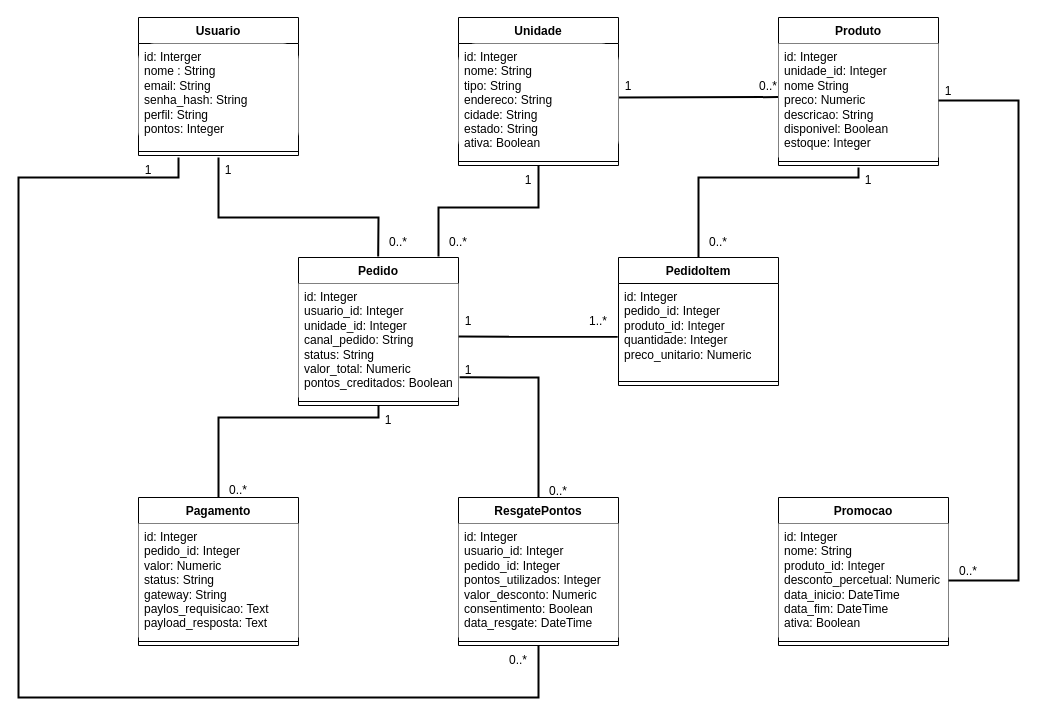
itsvecci/raizes-do-nordeste keeps this draw.io diagram as Diagramas/diagrama_de_classes.drawio. Above is the earlier version. Source tidied: cells renumbered, new cells numbered last; positions are measured from the earlier drawing's top-left corner, leaving out a move shared by most shapes. Both pictures are drawn from the tidied source at 100%, with x=0, y=0 at pixel (18, 17).
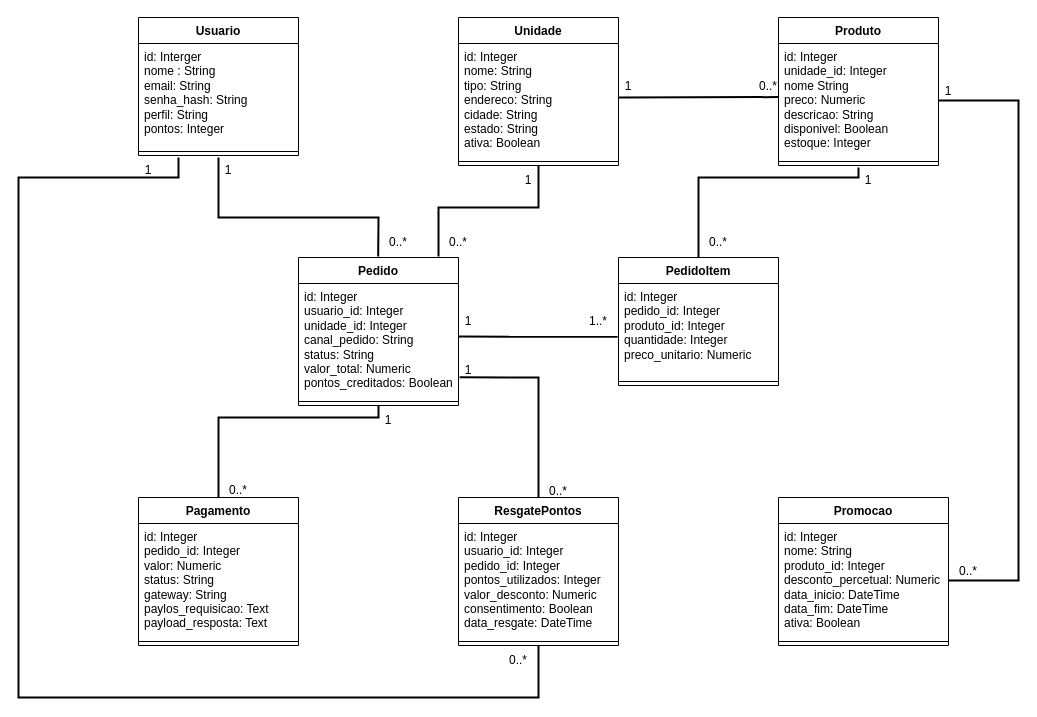
The same page after the edit.

Commit message (it also covers changes not shown here):
Corrige diagrama de classes e atualiza imagem

Unchanged cells that the change refers to:
```xml
<mxCell id="2" value="Usuario" style="swimlane;fontStyle=1;align=center;verticalAlign=top;horizontal=1;startSize=26;whiteSpace=wrap;html=1;" parent="1" vertex="1">
  <mxGeometry x="120" width="160" height="138" as="geometry" />
</mxCell>
<mxCell id="5" value="Unidade" style="swimlane;fontStyle=1;align=center;verticalAlign=top;horizontal=1;startSize=26;whiteSpace=wrap;html=1;" parent="1" vertex="1">
  <mxGeometry x="440" width="160" height="148" as="geometry" />
</mxCell>
<mxCell id="8" value="Produto&lt;div&gt;&lt;br&gt;&lt;/div&gt;" style="swimlane;fontStyle=1;align=center;verticalAlign=top;horizontal=1;startSize=26;whiteSpace=wrap;html=1;rounded=0;" parent="1" vertex="1">
  <mxGeometry x="760" width="160" height="148" as="geometry" />
</mxCell>
<mxCell id="11" value="Pedido&lt;div&gt;&lt;br&gt;&lt;/div&gt;" style="swimlane;fontStyle=1;align=center;verticalAlign=top;horizontal=1;startSize=26;whiteSpace=wrap;html=1;" parent="1" vertex="1">
  <mxGeometry x="280" y="240" width="160" height="148" as="geometry" />
</mxCell>
<mxCell id="17" value="Pagamento" style="swimlane;fontStyle=1;align=center;verticalAlign=top;horizontal=1;startSize=26;whiteSpace=wrap;html=1;" parent="1" vertex="1">
  <mxGeometry x="120" y="480" width="160" height="148" as="geometry" />
</mxCell>
<mxCell id="20" value="ResgatePontos" style="swimlane;fontStyle=1;align=center;verticalAlign=top;horizontal=1;startSize=26;whiteSpace=wrap;html=1;" parent="1" vertex="1">
  <mxGeometry x="440" y="480" width="160" height="148" as="geometry" />
</mxCell>
<mxCell id="23" value="Promocao" style="swimlane;fontStyle=1;align=center;verticalAlign=top;horizontal=1;startSize=26;whiteSpace=wrap;html=1;" parent="1" vertex="1">
  <mxGeometry x="760" y="480" width="170" height="148" as="geometry" />
</mxCell>
```

What changed in the source:
```diff
@@
-    <mxCell id="3" value="id: Interger&lt;div&gt;nome : String&lt;/div&gt;&lt;div&gt;email: String&lt;/div&gt;&lt;div&gt;senha_hash: String&lt;/div&gt;&lt;div&gt;perfil: String&lt;/div&gt;&lt;div&gt;pontos: Integer&lt;/div&gt;&lt;div&gt;&lt;br&gt;&lt;/div&gt;" style="text;strokeColor=none;fillColor=default;align=left;verticalAlign=top;spacingLeft=4;spacingRight=4;overflow=hidden;whiteSpace=wrap;html=1;rounded=1;roundedPerimeter=1;" parent="2" vertex="1">
+    <mxCell id="3" value="id: Interger&lt;div&gt;nome : String&lt;/div&gt;&lt;div&gt;email: String&lt;/div&gt;&lt;div&gt;senha_hash: String&lt;/div&gt;&lt;div&gt;perfil: String&lt;/div&gt;&lt;div&gt;pontos: Integer&lt;/div&gt;&lt;div&gt;&lt;br&gt;&lt;/div&gt;" style="text;strokeColor=none;fillColor=none;align=left;verticalAlign=top;spacingLeft=4;spacingRight=4;overflow=hidden;whiteSpace=wrap;html=1;rounded=1;roundedPerimeter=1;" parent="2" vertex="1">
       <mxGeometry y="26" width="160" height="104" as="geometry" />
     </mxCell>
@@
-    <mxCell id="6" value="id: Integer&lt;div&gt;nome: String&lt;/div&gt;&lt;div&gt;tipo: String&lt;/div&gt;&lt;div&gt;endereco: String&lt;/div&gt;&lt;div&gt;cidade: String&lt;/div&gt;&lt;div&gt;estado: String&lt;/div&gt;&lt;div&gt;ativa: Boolean&lt;/div&gt;" style="text;strokeColor=none;fillColor=default;align=left;verticalAlign=top;spacingLeft=4;spacingRight=4;overflow=hidden;points=[[0,0.5],[1,0.5]];portConstraint=eastwest;whiteSpace=wrap;html=1;rounded=1;roundedPerimeter=1;" parent="5" vertex="1">
+    <mxCell id="6" value="id: Integer&lt;div&gt;nome: String&lt;/div&gt;&lt;div&gt;tipo: String&lt;/div&gt;&lt;div&gt;endereco: String&lt;/div&gt;&lt;div&gt;cidade: String&lt;/div&gt;&lt;div&gt;estado: String&lt;/div&gt;&lt;div&gt;ativa: Boolean&lt;/div&gt;" style="text;strokeColor=none;fillColor=none;align=left;verticalAlign=top;spacingLeft=4;spacingRight=4;overflow=hidden;points=[[0,0.5],[1,0.5]];portConstraint=eastwest;whiteSpace=wrap;html=1;rounded=1;roundedPerimeter=1;" parent="5" vertex="1">
       <mxGeometry y="26" width="160" height="114" as="geometry" />
     </mxCell>
@@
-    <mxCell id="9" value="id: Integer&lt;div&gt;unidade_id: Integer&lt;/div&gt;&lt;div&gt;nome String&lt;/div&gt;&lt;div&gt;preco: Numeric&lt;/div&gt;&lt;div&gt;descricao: String&lt;/div&gt;&lt;div&gt;disponivel: Boolean&lt;/div&gt;&lt;div&gt;estoque: Integer&lt;/div&gt;" style="text;strokeColor=none;fillColor=default;align=left;verticalAlign=top;spacingLeft=4;spacingRight=4;overflow=hidden;points=[[0,0.5],[1,0.5]];portConstraint=eastwest;whiteSpace=wrap;html=1;" parent="8" vertex="1">
+    <mxCell id="9" value="id: Integer&lt;div&gt;unidade_id: Integer&lt;/div&gt;&lt;div&gt;nome String&lt;/div&gt;&lt;div&gt;preco: Numeric&lt;/div&gt;&lt;div&gt;descricao: String&lt;/div&gt;&lt;div&gt;disponivel: Boolean&lt;/div&gt;&lt;div&gt;estoque: Integer&lt;/div&gt;" style="text;strokeColor=none;fillColor=none;align=left;verticalAlign=top;spacingLeft=4;spacingRight=4;overflow=hidden;points=[[0,0.5],[1,0.5]];portConstraint=eastwest;whiteSpace=wrap;html=1;" parent="8" vertex="1">
       <mxGeometry y="26" width="160" height="114" as="geometry" />
     </mxCell>
@@
-    <mxCell id="12" value="id: Integer&lt;div&gt;usuario_id: Integer&lt;/div&gt;&lt;div&gt;unidade_id: Integer&lt;/div&gt;&lt;div&gt;canal_pedido: String&lt;/div&gt;&lt;div&gt;status: String&lt;/div&gt;&lt;div&gt;valor_total: Numeric&lt;/div&gt;&lt;div&gt;pontos_creditados: Boolean&lt;/div&gt;" style="text;strokeColor=none;fillColor=default;align=left;verticalAlign=top;spacingLeft=4;spacingRight=4;overflow=hidden;points=[[0,0.5],[1,0.5]];portConstraint=eastwest;whiteSpace=wrap;html=1;" parent="11" vertex="1">
+    <mxCell id="12" value="id: Integer&lt;div&gt;usuario_id: Integer&lt;/div&gt;&lt;div&gt;unidade_id: Integer&lt;/div&gt;&lt;div&gt;canal_pedido: String&lt;/div&gt;&lt;div&gt;status: String&lt;/div&gt;&lt;div&gt;valor_total: Numeric&lt;/div&gt;&lt;div&gt;pontos_creditados: Boolean&lt;/div&gt;" style="text;strokeColor=none;fillColor=none;align=left;verticalAlign=top;spacingLeft=4;spacingRight=4;overflow=hidden;points=[[0,0.5],[1,0.5]];portConstraint=eastwest;whiteSpace=wrap;html=1;" parent="11" vertex="1">
       <mxGeometry y="26" width="160" height="114" as="geometry" />
     </mxCell>
@@
-    <mxCell id="18" value="id: Integer&lt;div&gt;pedido_id: Integer&lt;/div&gt;&lt;div&gt;valor: Numeric&lt;/div&gt;&lt;div&gt;status: String&lt;/div&gt;&lt;div&gt;gateway: String&lt;/div&gt;&lt;div&gt;paylos_requisicao: Text&lt;/div&gt;&lt;div&gt;payload_resposta: Text&lt;/div&gt;" style="text;strokeColor=none;fillColor=default;align=left;verticalAlign=top;spacingLeft=4;spacingRight=4;overflow=hidden;whiteSpace=wrap;html=1;" parent="17" vertex="1">
+    <mxCell id="18" value="id: Integer&lt;div&gt;pedido_id: Integer&lt;/div&gt;&lt;div&gt;valor: Numeric&lt;/div&gt;&lt;div&gt;status: String&lt;/div&gt;&lt;div&gt;gateway: String&lt;/div&gt;&lt;div&gt;paylos_requisicao: Text&lt;/div&gt;&lt;div&gt;payload_resposta: Text&lt;/div&gt;" style="text;strokeColor=none;fillColor=none;align=left;verticalAlign=top;spacingLeft=4;spacingRight=4;overflow=hidden;whiteSpace=wrap;html=1;" parent="17" vertex="1">
       <mxGeometry y="26" width="160" height="114" as="geometry" />
     </mxCell>
@@
-    <mxCell id="21" value="id: Integer&lt;div&gt;usuario_id: Integer&lt;/div&gt;&lt;div&gt;pedido_id: Integer&lt;/div&gt;&lt;div&gt;pontos_utilizados: Integer&lt;/div&gt;&lt;div&gt;valor_desconto: Numeric&lt;/div&gt;&lt;div&gt;consentimento: Boolean&lt;/div&gt;&lt;div&gt;data_resgate: DateTime&lt;/div&gt;&lt;div&gt;&lt;br&gt;&lt;/div&gt;" style="text;strokeColor=none;fillColor=default;align=left;verticalAlign=top;spacingLeft=4;spacingRight=4;overflow=hidden;whiteSpace=wrap;html=1;" parent="20" vertex="1">
+    <mxCell id="21" value="id: Integer&lt;div&gt;usuario_id: Integer&lt;/div&gt;&lt;div&gt;pedido_id: Integer&lt;/div&gt;&lt;div&gt;pontos_utilizados: Integer&lt;/div&gt;&lt;div&gt;valor_desconto: Numeric&lt;/div&gt;&lt;div&gt;consentimento: Boolean&lt;/div&gt;&lt;div&gt;data_resgate: DateTime&lt;/div&gt;&lt;div&gt;&lt;br&gt;&lt;/div&gt;" style="text;strokeColor=none;fillColor=none;align=left;verticalAlign=top;spacingLeft=4;spacingRight=4;overflow=hidden;whiteSpace=wrap;html=1;" parent="20" vertex="1">
       <mxGeometry y="26" width="160" height="114" as="geometry" />
     </mxCell>
@@
-    <mxCell id="24" value="id: Integer&lt;div&gt;nome: String&lt;/div&gt;&lt;div&gt;produto_id: Integer&lt;/div&gt;&lt;div&gt;desconto_percetual: Numeric&lt;/div&gt;&lt;div&gt;data_inicio: DateTime&lt;/div&gt;&lt;div&gt;data_fim: DateTime&lt;/div&gt;&lt;div&gt;ativa: Boolean&lt;/div&gt;" style="text;strokeColor=none;fillColor=default;align=left;verticalAlign=top;spacingLeft=4;spacingRight=4;overflow=hidden;points=[[0,0.5],[1,0.5]];portConstraint=eastwest;whiteSpace=wrap;html=1;" parent="23" vertex="1">
+    <mxCell id="24" value="id: Integer&lt;div&gt;nome: String&lt;/div&gt;&lt;div&gt;produto_id: Integer&lt;/div&gt;&lt;div&gt;desconto_percetual: Numeric&lt;/div&gt;&lt;div&gt;data_inicio: DateTime&lt;/div&gt;&lt;div&gt;data_fim: DateTime&lt;/div&gt;&lt;div&gt;ativa: Boolean&lt;/div&gt;" style="text;strokeColor=none;fillColor=none;align=left;verticalAlign=top;spacingLeft=4;spacingRight=4;overflow=hidden;points=[[0,0.5],[1,0.5]];portConstraint=eastwest;whiteSpace=wrap;html=1;" parent="23" vertex="1">
       <mxGeometry y="26" width="170" height="114" as="geometry" />
     </mxCell>
```
